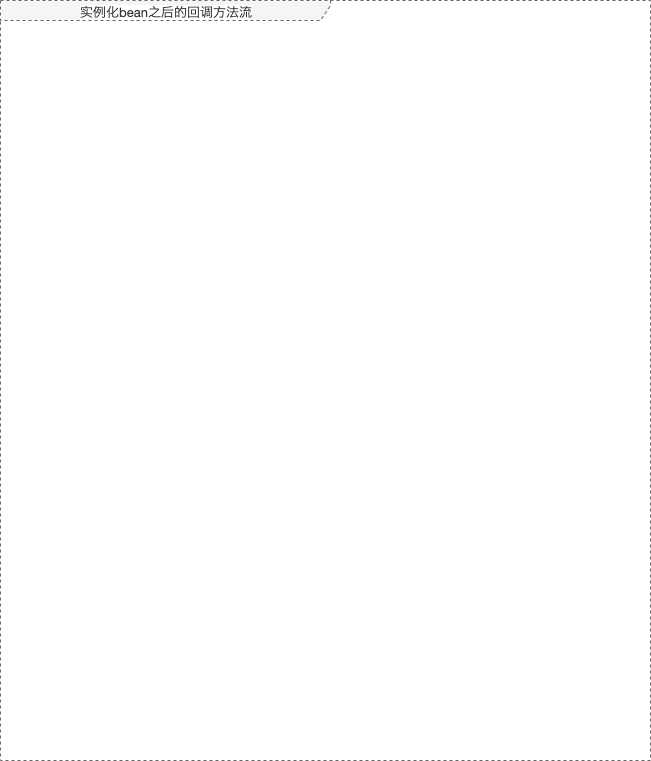
Above: Bean 生命周期.png in cfjgithub/spring_In-depth_analysis (draw.io), before the change. Source tidied: cells renumbered, new cells last; positions are measured from the earlier drawing's top-left corner, leaving out a move shared by most shapes. Source of this version:
```xml
<mxGraphModel>
  <root>
    <mxCell id="0" />
    <mxCell id="1" parent="0" />
    <mxCell id="2" value="&lt;span style=&quot;font-size: 13px ; white-space: normal ; background-color: rgb(255 , 255 , 255) ; font-family: &amp;#34;helvetica neue&amp;#34; , &amp;#34;helvetica&amp;#34; , &amp;#34;arial&amp;#34; , &amp;#34;hiragino sans gb&amp;#34; , &amp;#34;hiragino sans gb w3&amp;#34; , &amp;#34;microsoft yahei ui&amp;#34; , &amp;#34;microsoft yahei&amp;#34; , sans-serif&quot;&gt;实例化bean之后的回调方法流&lt;/span&gt;" style="shape=umlFrame;whiteSpace=wrap;html=1;labelBackgroundColor=none;align=center;width=330;height=20;fillColor=#f5f5f5;strokeColor=#666666;strokeWidth=1;fontColor=#333333;dashed=1;" parent="1" vertex="1">
      <mxGeometry width="650" height="760" as="geometry" />
    </mxCell>
  </root>
</mxGraphModel>
```
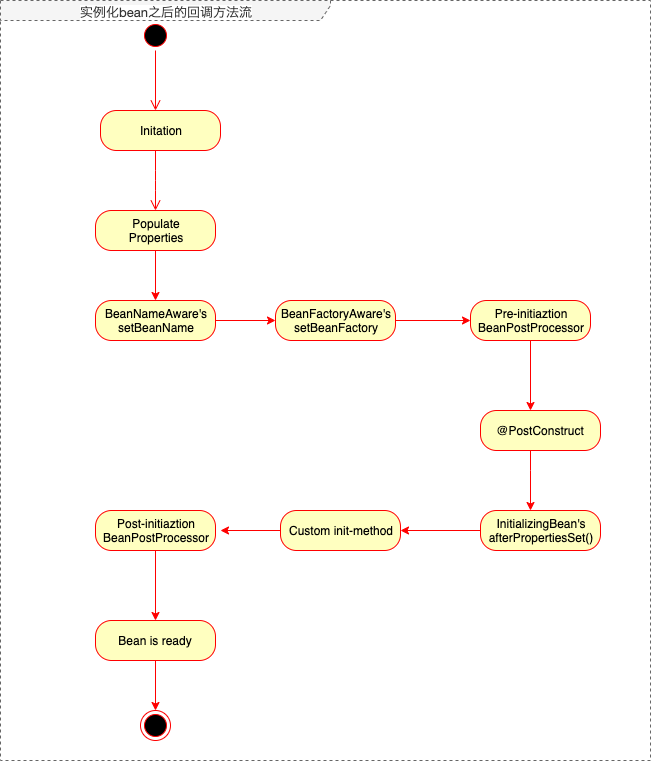
The same diagram one commit later.

Commit message:
Bean 实例化执行方法流.png

Diff of the diagram source:
```diff
@@ -2,8 +2,95 @@
   <root>
     <mxCell id="0" />
     <mxCell id="1" parent="0" />
-    <mxCell id="2" value="&lt;span style=&quot;font-size: 13px ; white-space: normal ; background-color: rgb(255 , 255 , 255) ; font-family: &amp;#34;helvetica neue&amp;#34; , &amp;#34;helvetica&amp;#34; , &amp;#34;arial&amp;#34; , &amp;#34;hiragino sans gb&amp;#34; , &amp;#34;hiragino sans gb w3&amp;#34; , &amp;#34;microsoft yahei ui&amp;#34; , &amp;#34;microsoft yahei&amp;#34; , sans-serif&quot;&gt;实例化bean之后的回调方法流&lt;/span&gt;" style="shape=umlFrame;whiteSpace=wrap;html=1;labelBackgroundColor=none;align=center;width=330;height=20;fillColor=#f5f5f5;strokeColor=#666666;strokeWidth=1;fontColor=#333333;dashed=1;" parent="1" vertex="1">
-      <mxGeometry width="650" height="760" as="geometry" />
+    <mxCell id="2" style="ellipse;html=1;shape=startState;fillColor=#000000;strokeColor=#ff0000;labelBackgroundColor=none;align=center;" parent="1" vertex="1">
+      <mxGeometry width="30" height="30" as="geometry" />
     </mxCell>
+    <mxCell id="3" style="edgeStyle=orthogonalEdgeStyle;html=1;verticalAlign=bottom;endArrow=open;endSize=8;strokeColor=#ff0000;" parent="1" edge="1" source="2">
+      <mxGeometry relative="1" as="geometry">
+        <mxPoint x="15" y="90" as="targetPoint" />
+      </mxGeometry>
+    </mxCell>
+    <mxCell id="4" value="Initation" style="rounded=1;whiteSpace=wrap;html=1;arcSize=40;fontColor=#000000;fillColor=#ffffc0;strokeColor=#ff0000;labelBackgroundColor=none;align=center;" parent="1" vertex="1">
+      <mxGeometry x="-40" y="90" width="120" height="40" as="geometry" />
+    </mxCell>
+    <mxCell id="5" style="edgeStyle=orthogonalEdgeStyle;html=1;verticalAlign=bottom;endArrow=open;endSize=8;strokeColor=#ff0000;" parent="1" edge="1">
+      <mxGeometry relative="1" as="geometry">
+        <mxPoint x="15" y="130" as="sourcePoint" />
+        <mxPoint x="15" y="190" as="targetPoint" />
+        <Array as="points">
+          <mxPoint x="15" y="160" />
+          <mxPoint x="15" y="160" />
+        </Array>
+      </mxGeometry>
+    </mxCell>
+    <mxCell id="6" style="edgeStyle=orthogonalEdgeStyle;rounded=0;jettySize=auto;html=1;entryX=0.5;entryY=0;entryDx=0;entryDy=0;strokeColor=#FF0000;" parent="1" edge="1" source="7" target="9">
+      <mxGeometry relative="1" as="geometry" />
+    </mxCell>
+    <mxCell id="7" value="Populate&lt;br&gt;Properties" style="rounded=1;whiteSpace=wrap;html=1;arcSize=40;fontColor=#000000;fillColor=#ffffc0;strokeColor=#ff0000;labelBackgroundColor=none;align=center;" parent="1" vertex="1">
+      <mxGeometry x="-45" y="190" width="120" height="40" as="geometry" />
+    </mxCell>
+    <mxCell id="8" style="edgeStyle=orthogonalEdgeStyle;rounded=0;jettySize=auto;html=1;entryX=0;entryY=0.5;entryDx=0;entryDy=0;strokeColor=#FF0000;" parent="1" edge="1" source="9" target="11">
+      <mxGeometry relative="1" as="geometry" />
+    </mxCell>
+    <mxCell id="9" value="BeanNameAware's&lt;br&gt;setBeanName" style="rounded=1;whiteSpace=wrap;html=1;arcSize=40;fontColor=#000000;fillColor=#ffffc0;strokeColor=#ff0000;labelBackgroundColor=none;align=center;" parent="1" vertex="1">
+      <mxGeometry x="-45" y="280" width="120" height="40" as="geometry" />
+    </mxCell>
+    <mxCell id="10" style="edgeStyle=orthogonalEdgeStyle;rounded=0;jettySize=auto;html=1;strokeColor=#FF0000;" parent="1" edge="1" source="11">
+      <mxGeometry relative="1" as="geometry">
+        <mxPoint x="330" y="300" as="targetPoint" />
+      </mxGeometry>
+    </mxCell>
+    <mxCell id="11" value="BeanFactoryAware's&lt;br&gt;setBeanFactory" style="rounded=1;whiteSpace=wrap;html=1;arcSize=40;fontColor=#000000;fillColor=#ffffc0;strokeColor=#ff0000;labelBackgroundColor=none;align=center;" parent="1" vertex="1">
+      <mxGeometry x="135" y="280" width="120" height="40" as="geometry" />
+    </mxCell>
+    <mxCell id="12" style="edgeStyle=orthogonalEdgeStyle;rounded=0;jettySize=auto;html=1;entryX=0.417;entryY=0;entryDx=0;entryDy=0;entryPerimeter=0;strokeColor=#FF0000;" parent="1" edge="1" source="13" target="17">
+      <mxGeometry relative="1" as="geometry" />
+    </mxCell>
+    <mxCell id="13" value="Pre-initiaztion&lt;br&gt;BeanPostProcessor" style="rounded=1;whiteSpace=wrap;html=1;arcSize=40;fontColor=#000000;fillColor=#ffffc0;strokeColor=#ff0000;labelBackgroundColor=none;align=center;" parent="1" vertex="1">
+      <mxGeometry x="330" y="280" width="120" height="40" as="geometry" />
+    </mxCell>
+    <mxCell id="14" style="edgeStyle=orthogonalEdgeStyle;rounded=0;jettySize=auto;html=1;entryX=1;entryY=0.5;entryDx=0;entryDy=0;strokeColor=#FF0000;" parent="1" edge="1" source="15" target="19">
+      <mxGeometry relative="1" as="geometry" />
+    </mxCell>
+    <mxCell id="15" value="InitializingBean's&lt;br&gt;afterPropertiesSet()" style="rounded=1;whiteSpace=wrap;html=1;arcSize=40;fontColor=#000000;fillColor=#ffffc0;strokeColor=#ff0000;labelBackgroundColor=none;align=center;" parent="1" vertex="1">
+      <mxGeometry x="340" y="490" width="120" height="40" as="geometry" />
+    </mxCell>
+    <mxCell id="16" style="edgeStyle=orthogonalEdgeStyle;rounded=0;jettySize=auto;html=1;strokeColor=#FF0000;" parent="1" edge="1" source="17" target="15">
+      <mxGeometry relative="1" as="geometry">
+        <Array as="points">
+          <mxPoint x="390" y="450" />
+          <mxPoint x="390" y="450" />
+        </Array>
+      </mxGeometry>
+    </mxCell>
+    <mxCell id="17" value="@PostConstruct" style="rounded=1;whiteSpace=wrap;html=1;arcSize=40;fontColor=#000000;fillColor=#ffffc0;strokeColor=#ff0000;labelBackgroundColor=none;align=center;" parent="1" vertex="1">
+      <mxGeometry x="340" y="390" width="120" height="40" as="geometry" />
+    </mxCell>
+    <mxCell id="18" style="edgeStyle=orthogonalEdgeStyle;rounded=0;jettySize=auto;html=1;strokeColor=#FF0000;" parent="1" edge="1" source="19">
+      <mxGeometry relative="1" as="geometry">
+        <mxPoint x="80" y="510" as="targetPoint" />
+      </mxGeometry>
+    </mxCell>
+    <mxCell id="19" value="Custom init-method" style="rounded=1;whiteSpace=wrap;html=1;arcSize=40;fontColor=#000000;fillColor=#ffffc0;strokeColor=#ff0000;labelBackgroundColor=none;align=center;" parent="1" vertex="1">
+      <mxGeometry x="140" y="490" width="120" height="40" as="geometry" />
+    </mxCell>
+    <mxCell id="20" style="edgeStyle=orthogonalEdgeStyle;rounded=0;jettySize=auto;html=1;strokeColor=#FF0000;" parent="1" edge="1" source="21" target="23">
+      <mxGeometry relative="1" as="geometry" />
+    </mxCell>
+    <mxCell id="21" value="Post-initiaztion&lt;br&gt;BeanPostProcessor" style="rounded=1;whiteSpace=wrap;html=1;arcSize=40;fontColor=#000000;fillColor=#ffffc0;strokeColor=#ff0000;labelBackgroundColor=none;align=center;" parent="1" vertex="1">
+      <mxGeometry x="-45" y="490" width="120" height="40" as="geometry" />
+    </mxCell>
+    <mxCell id="22" style="edgeStyle=orthogonalEdgeStyle;rounded=0;jettySize=auto;html=1;strokeColor=#FF0000;" parent="1" edge="1" source="23" target="24">
+      <mxGeometry relative="1" as="geometry" />
+    </mxCell>
+    <mxCell id="23" value="Bean is ready" style="rounded=1;whiteSpace=wrap;html=1;arcSize=40;fontColor=#000000;fillColor=#ffffc0;strokeColor=#ff0000;labelBackgroundColor=none;align=center;" parent="1" vertex="1">
+      <mxGeometry x="-45" y="600" width="120" height="40" as="geometry" />
+    </mxCell>
+    <mxCell id="24" style="ellipse;html=1;shape=endState;fillColor=#000000;strokeColor=#ff0000;labelBackgroundColor=none;align=center;" parent="1" vertex="1">
+      <mxGeometry y="690" width="30" height="30" as="geometry" />
+    </mxCell>
+    <mxCell id="25" value="&lt;span style=&quot;font-size: 13px ; white-space: normal ; background-color: rgb(255 , 255 , 255) ; font-family: &amp;#34;helvetica neue&amp;#34; , &amp;#34;helvetica&amp;#34; , &amp;#34;arial&amp;#34; , &amp;#34;hiragino sans gb&amp;#34; , &amp;#34;hiragino sans gb w3&amp;#34; , &amp;#34;microsoft yahei ui&amp;#34; , &amp;#34;microsoft yahei&amp;#34; , sans-serif&quot;&gt;实例化bean之后的回调方法流&lt;/span&gt;" style="shape=umlFrame;whiteSpace=wrap;html=1;labelBackgroundColor=none;align=center;width=330;height=20;fillColor=#f5f5f5;strokeColor=#666666;strokeWidth=1;fontColor=#333333;dashed=1;" parent="1" vertex="1">
+      <mxGeometry x="-140" y="-20" width="650" height="760" as="geometry" />
+    </mxCell>
   </root>
 </mxGraphModel>
```
